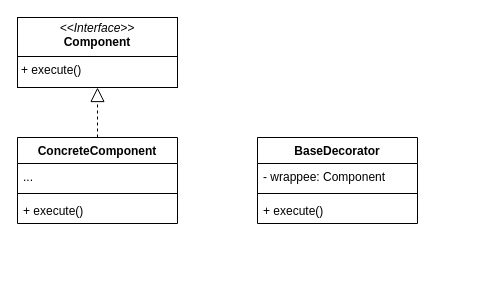
Earlier version of the draw.io diagram decorator.drawio (pcandlej/drawio-design-pattern). Source tidied: cells renumbered, new cells numbered last; positions are measured from the earlier drawing's top-left corner, leaving out a move shared by most shapes. Both pictures are drawn from the tidied source at 100%, with x=0, y=0 at pixel (17, 17).
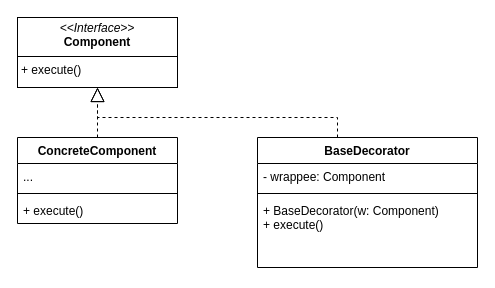
The same page after the edit.

Change to the diagram source:
```diff
@@
 <mxGraphModel>
   <root>
     <mxCell id="0" />
     <mxCell id="1" parent="0" />
     <mxCell id="2" value="&lt;p style=&quot;margin:0px;margin-top:4px;text-align:center;&quot;&gt;&lt;i&gt;&amp;lt;&amp;lt;Interface&amp;gt;&amp;gt;&lt;/i&gt;&lt;br&gt;&lt;b&gt;Component&lt;/b&gt;&lt;/p&gt;&lt;hr size=&quot;1&quot; style=&quot;border-style:solid;&quot;&gt;&lt;p style=&quot;margin:0px;margin-left:4px;&quot;&gt;+ execute()&lt;/p&gt;&lt;p style=&quot;margin:0px;margin-left:4px;&quot;&gt;&lt;br&gt;&lt;/p&gt;" style="verticalAlign=top;align=left;overflow=fill;html=1;whiteSpace=wrap;" parent="1" vertex="1">
       <mxGeometry width="160" height="70" as="geometry" />
     </mxCell>
     <mxCell id="3" style="edgeStyle=orthogonalEdgeStyle;rounded=0;jettySize=auto;html=1;endArrow=block;endFill=0;dashed=1;endSize=12;" parent="1" edge="1" source="4" target="2">
       <mxGeometry relative="1" as="geometry" />
     </mxCell>
     <mxCell id="4" value="ConcreteComponent" style="swimlane;fontStyle=1;align=center;verticalAlign=top;horizontal=1;startSize=26;whiteSpace=wrap;html=1;" parent="1" vertex="1">
       <mxGeometry y="120" width="160" height="86" as="geometry" />
     </mxCell>
     <mxCell id="5" value="..." style="text;strokeColor=none;fillColor=none;align=left;verticalAlign=top;spacingLeft=4;spacingRight=4;overflow=hidden;whiteSpace=wrap;html=1;" parent="4" vertex="1">
       <mxGeometry y="26" width="160" height="26" as="geometry" />
     </mxCell>
     <mxCell id="6" style="line;strokeWidth=1;fillColor=none;align=left;verticalAlign=middle;spacingTop=-1;spacingLeft=3;spacingRight=3;labelPosition=right;strokeColor=inherit;" parent="4" vertex="1">
       <mxGeometry y="52" width="160" height="8" as="geometry" />
     </mxCell>
     <mxCell id="7" value="+ execute()" style="text;strokeColor=none;fillColor=none;align=left;verticalAlign=top;spacingLeft=4;spacingRight=4;overflow=hidden;whiteSpace=wrap;html=1;" parent="4" vertex="1">
       <mxGeometry y="60" width="160" height="26" as="geometry" />
     </mxCell>
     <mxCell id="8" value="BaseDecorator" style="swimlane;fontStyle=1;align=center;verticalAlign=top;horizontal=1;startSize=26;whiteSpace=wrap;html=1;" parent="1" vertex="1">
-      <mxGeometry x="240" y="120" width="160" height="86" as="geometry" />
+      <mxGeometry x="240" y="120" width="220" height="130" as="geometry" />
     </mxCell>
     <mxCell id="9" value="- wrappee: Component" style="text;strokeColor=none;fillColor=none;align=left;verticalAlign=top;spacingLeft=4;spacingRight=4;overflow=hidden;whiteSpace=wrap;html=1;" parent="8" vertex="1">
-      <mxGeometry y="26" width="160" height="26" as="geometry" />
+      <mxGeometry y="26" width="220" height="26" as="geometry" />
     </mxCell>
     <mxCell id="10" style="line;strokeWidth=1;fillColor=none;align=left;verticalAlign=middle;spacingTop=-1;spacingLeft=3;spacingRight=3;labelPosition=right;strokeColor=inherit;" parent="8" vertex="1">
-      <mxGeometry y="52" width="160" height="8" as="geometry" />
+      <mxGeometry y="52" width="220" height="8" as="geometry" />
     </mxCell>
-    <mxCell id="11" value="+ execute()" style="text;strokeColor=none;fillColor=none;align=left;verticalAlign=top;spacingLeft=4;spacingRight=4;overflow=hidden;whiteSpace=wrap;html=1;" parent="8" vertex="1">
-      <mxGeometry y="60" width="160" height="26" as="geometry" />
+    <mxCell id="11" value="&lt;div&gt;+ BaseDecorator(w: Component)&lt;/div&gt;+ execute()" style="text;strokeColor=none;fillColor=none;align=left;verticalAlign=top;spacingLeft=4;spacingRight=4;overflow=hidden;whiteSpace=wrap;html=1;" parent="8" vertex="1">
+      <mxGeometry y="60" width="220" height="70" as="geometry" />
     </mxCell>
+    <mxCell id="12" style="edgeStyle=orthogonalEdgeStyle;rounded=0;jettySize=auto;html=1;endArrow=block;endFill=0;dashed=1;endSize=12;" parent="1" edge="1" source="8" target="2">
+      <mxGeometry relative="1" as="geometry">
+        <Array as="points">
+          <mxPoint x="320" y="100" />
+          <mxPoint x="80" y="100" />
+        </Array>
+      </mxGeometry>
+    </mxCell>
   </root>
 </mxGraphModel>
```
